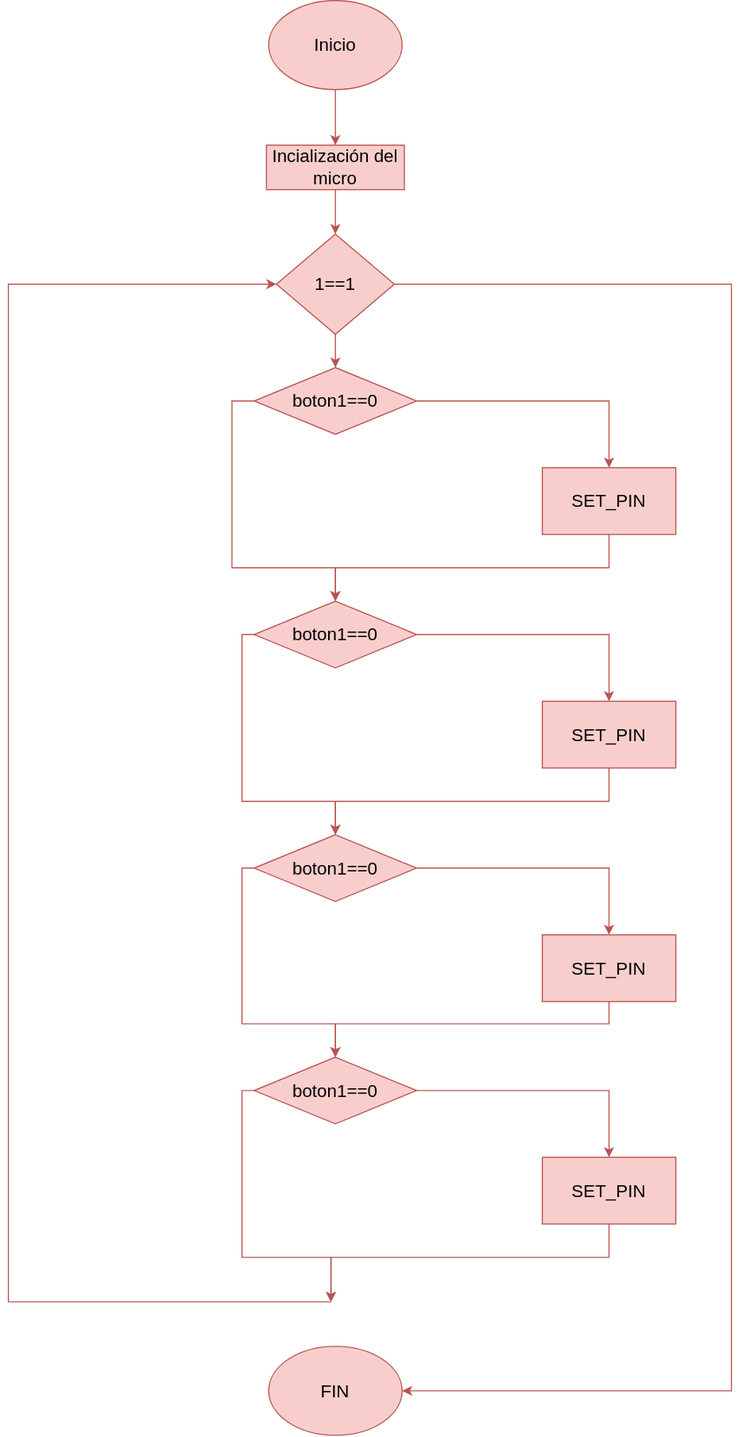
Above: Diagrama_TP1.svg in Kourii/tp1-Kourii (draw.io), before the change. Source tidied: cells renumbered, new cells last; positions are measured from the earlier drawing's top-left corner, leaving out a move shared by most shapes.
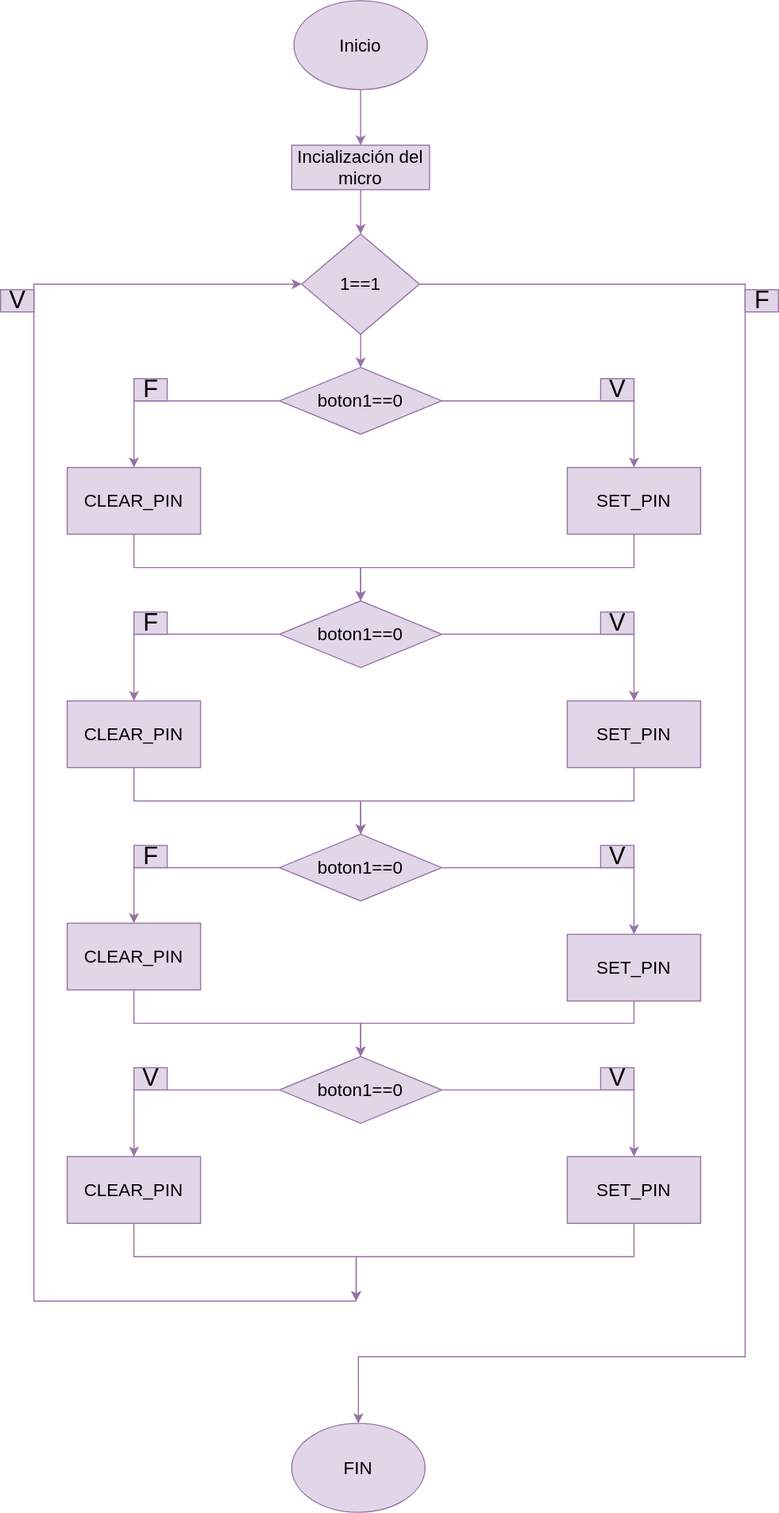
The same file after the commit.

The edit, as a diff of the source:
```diff
@@ -2,90 +2,73 @@
   <root>
     <mxCell id="0" />
     <mxCell id="1" parent="0" />
-    <mxCell id="2" style="edgeStyle=orthogonalEdgeStyle;rounded=0;jettySize=auto;html=1;exitX=0.5;exitY=1;exitDx=0;exitDy=0;entryX=0.5;entryY=0;entryDx=0;entryDy=0;fontSize=16;fillColor=#f8cecc;strokeColor=#b85450;" parent="1" edge="1" source="3" target="5">
+    <mxCell id="2" style="edgeStyle=orthogonalEdgeStyle;rounded=0;jettySize=auto;html=1;exitX=0.5;exitY=1;exitDx=0;exitDy=0;entryX=0.5;entryY=0;entryDx=0;entryDy=0;fontSize=16;fillColor=#e1d5e7;strokeColor=#9673a6;" parent="1" edge="1" source="3" target="5">
       <mxGeometry relative="1" as="geometry" />
     </mxCell>
-    <mxCell id="3" value="Inicio" style="ellipse;whiteSpace=wrap;html=1;fillColor=#f8cecc;fontSize=16;strokeColor=#b85450;" parent="1" vertex="1">
+    <mxCell id="3" value="Inicio" style="ellipse;whiteSpace=wrap;html=1;fillColor=#e1d5e7;fontSize=16;strokeColor=#9673a6;" parent="1" vertex="1">
       <mxGeometry x="234" width="120" height="80" as="geometry" />
     </mxCell>
-    <mxCell id="4" style="edgeStyle=orthogonalEdgeStyle;rounded=0;jettySize=auto;html=1;exitX=0.5;exitY=1;exitDx=0;exitDy=0;entryX=0.5;entryY=0;entryDx=0;entryDy=0;fontSize=16;fillColor=#f8cecc;strokeColor=#b85450;" parent="1" edge="1" source="5" target="8">
+    <mxCell id="4" style="edgeStyle=orthogonalEdgeStyle;rounded=0;jettySize=auto;html=1;exitX=0.5;exitY=1;exitDx=0;exitDy=0;entryX=0.5;entryY=0;entryDx=0;entryDy=0;fontSize=16;fillColor=#e1d5e7;strokeColor=#9673a6;" parent="1" edge="1" source="5" target="8">
       <mxGeometry relative="1" as="geometry" />
     </mxCell>
-    <mxCell id="5" value="Incialización del micro" style="rounded=0;whiteSpace=wrap;html=1;fontSize=16;fillColor=#f8cecc;strokeColor=#b85450;" parent="1" vertex="1">
+    <mxCell id="5" value="Incialización del micro" style="rounded=0;whiteSpace=wrap;html=1;fontSize=16;fillColor=#e1d5e7;strokeColor=#9673a6;" parent="1" vertex="1">
       <mxGeometry x="232" y="130" width="124" height="40" as="geometry" />
     </mxCell>
-    <mxCell id="6" style="edgeStyle=orthogonalEdgeStyle;rounded=0;jettySize=auto;html=1;fontSize=16;fillColor=#f8cecc;strokeColor=#b85450;" parent="1" edge="1" source="8" target="11">
+    <mxCell id="6" style="edgeStyle=orthogonalEdgeStyle;rounded=0;jettySize=auto;html=1;fontSize=16;fillColor=#e1d5e7;strokeColor=#9673a6;" parent="1" edge="1" source="8" target="11">
       <mxGeometry relative="1" as="geometry" />
     </mxCell>
-    <mxCell id="7" style="edgeStyle=orthogonalEdgeStyle;rounded=0;jettySize=auto;html=1;exitX=1;exitY=0.5;exitDx=0;exitDy=0;entryX=1;entryY=0.5;entryDx=0;entryDy=0;fontSize=16;endArrow=classic;endFill=1;fillColor=#f8cecc;strokeColor=#b85450;" parent="1" edge="1" source="8" target="29">
+    <mxCell id="7" style="edgeStyle=orthogonalEdgeStyle;rounded=0;jettySize=auto;html=1;exitX=1;exitY=0.5;exitDx=0;exitDy=0;entryX=0.5;entryY=0;entryDx=0;entryDy=0;fillColor=#e1d5e7;strokeColor=#9673a6;" parent="1" edge="1" source="8" target="29">
       <mxGeometry relative="1" as="geometry">
         <Array as="points">
-          <mxPoint x="650" y="255" />
-          <mxPoint x="650" y="1250" />
+          <mxPoint x="640" y="255" />
+          <mxPoint x="640" y="1220" />
+          <mxPoint x="292" y="1220" />
         </Array>
       </mxGeometry>
     </mxCell>
-    <mxCell id="8" value="1==1" style="rhombus;whiteSpace=wrap;html=1;fontSize=16;fillColor=#f8cecc;strokeColor=#b85450;" parent="1" vertex="1">
+    <mxCell id="8" value="1==1" style="rhombus;whiteSpace=wrap;html=1;fontSize=16;fillColor=#e1d5e7;strokeColor=#9673a6;" parent="1" vertex="1">
       <mxGeometry x="241" y="210" width="106" height="90" as="geometry" />
     </mxCell>
-    <mxCell id="9" style="edgeStyle=orthogonalEdgeStyle;rounded=0;jettySize=auto;html=1;fontSize=16;fillColor=#f8cecc;strokeColor=#b85450;" parent="1" edge="1" source="11" target="13">
+    <mxCell id="9" style="edgeStyle=orthogonalEdgeStyle;rounded=0;jettySize=auto;html=1;fontSize=16;fillColor=#e1d5e7;strokeColor=#9673a6;" parent="1" edge="1" source="11" target="13">
       <mxGeometry relative="1" as="geometry" />
     </mxCell>
-    <mxCell id="10" style="edgeStyle=orthogonalEdgeStyle;rounded=0;jettySize=auto;html=1;exitX=0;exitY=0.5;exitDx=0;exitDy=0;fontSize=16;endArrow=classic;endFill=1;entryX=0.5;entryY=0;entryDx=0;entryDy=0;fillColor=#f8cecc;strokeColor=#b85450;" parent="1" edge="1" source="11" target="16">
-      <mxGeometry relative="1" as="geometry">
-        <Array as="points">
-          <mxPoint x="201" y="360" />
-          <mxPoint x="201" y="510" />
-          <mxPoint x="294" y="510" />
-        </Array>
-      </mxGeometry>
-    </mxCell>
+    <mxCell id="31" style="edgeStyle=orthogonalEdgeStyle;rounded=0;jettySize=auto;html=1;fillColor=#e1d5e7;strokeColor=#9673a6;" parent="1" edge="1" source="11" target="36">
+      <mxGeometry relative="1" as="geometry" />
+    </mxCell>
-    <mxCell id="11" value="boton1==0" style="rhombus;whiteSpace=wrap;html=1;fontSize=16;fillColor=#f8cecc;strokeColor=#b85450;" parent="1" vertex="1">
+    <mxCell id="11" value="boton1==0" style="rhombus;whiteSpace=wrap;html=1;fontSize=16;fillColor=#e1d5e7;strokeColor=#9673a6;" parent="1" vertex="1">
       <mxGeometry x="221" y="330" width="146" height="60" as="geometry" />
     </mxCell>
-    <mxCell id="12" style="edgeStyle=orthogonalEdgeStyle;rounded=0;jettySize=auto;html=1;exitX=0.5;exitY=1;exitDx=0;exitDy=0;entryX=0.5;entryY=0;entryDx=0;entryDy=0;fontSize=16;endArrow=classic;endFill=1;fillColor=#f8cecc;strokeColor=#b85450;" parent="1" edge="1" source="13" target="16">
+    <mxCell id="12" style="edgeStyle=orthogonalEdgeStyle;rounded=0;jettySize=auto;html=1;exitX=0.5;exitY=1;exitDx=0;exitDy=0;entryX=0.5;entryY=0;entryDx=0;entryDy=0;fontSize=16;endArrow=classic;endFill=1;fillColor=#e1d5e7;strokeColor=#9673a6;" parent="1" edge="1" source="13" target="16">
       <mxGeometry relative="1" as="geometry" />
     </mxCell>
-    <mxCell id="13" value="SET_PIN" style="whiteSpace=wrap;html=1;fontSize=16;fillColor=#f8cecc;strokeColor=#b85450;" parent="1" vertex="1">
+    <mxCell id="13" value="SET_PIN" style="whiteSpace=wrap;html=1;fontSize=16;fillColor=#e1d5e7;strokeColor=#9673a6;" parent="1" vertex="1">
       <mxGeometry x="480" y="420" width="120" height="60" as="geometry" />
     </mxCell>
-    <mxCell id="14" style="edgeStyle=orthogonalEdgeStyle;rounded=0;jettySize=auto;html=1;fontSize=16;fillColor=#f8cecc;strokeColor=#b85450;" parent="1" edge="1" source="16" target="18">
+    <mxCell id="14" style="edgeStyle=orthogonalEdgeStyle;rounded=0;jettySize=auto;html=1;fontSize=16;fillColor=#e1d5e7;strokeColor=#9673a6;" parent="1" edge="1" source="16" target="18">
       <mxGeometry relative="1" as="geometry" />
     </mxCell>
-    <mxCell id="15" style="edgeStyle=orthogonalEdgeStyle;rounded=0;jettySize=auto;html=1;exitX=0;exitY=0.5;exitDx=0;exitDy=0;entryX=0.5;entryY=0;entryDx=0;entryDy=0;fontSize=16;endArrow=classic;endFill=1;fillColor=#f8cecc;strokeColor=#b85450;" parent="1" edge="1" source="16" target="21">
-      <mxGeometry relative="1" as="geometry">
-        <Array as="points">
-          <mxPoint x="210" y="570" />
-          <mxPoint x="210" y="720" />
-          <mxPoint x="294" y="720" />
-        </Array>
-      </mxGeometry>
-    </mxCell>
+    <mxCell id="32" style="edgeStyle=orthogonalEdgeStyle;rounded=0;jettySize=auto;html=1;fillColor=#e1d5e7;strokeColor=#9673a6;" parent="1" edge="1" source="16" target="42">
+      <mxGeometry relative="1" as="geometry" />
+    </mxCell>
-    <mxCell id="16" value="boton1==0" style="rhombus;whiteSpace=wrap;html=1;fontSize=16;fillColor=#f8cecc;strokeColor=#b85450;" parent="1" vertex="1">
+    <mxCell id="16" value="boton1==0" style="rhombus;whiteSpace=wrap;html=1;fontSize=16;fillColor=#e1d5e7;strokeColor=#9673a6;" parent="1" vertex="1">
       <mxGeometry x="221" y="540" width="146" height="60" as="geometry" />
     </mxCell>
-    <mxCell id="17" style="edgeStyle=orthogonalEdgeStyle;rounded=0;jettySize=auto;html=1;exitX=0.5;exitY=1;exitDx=0;exitDy=0;fontSize=16;endArrow=classic;endFill=1;fillColor=#f8cecc;strokeColor=#b85450;" parent="1" edge="1" source="18" target="21">
+    <mxCell id="17" style="edgeStyle=orthogonalEdgeStyle;rounded=0;jettySize=auto;html=1;exitX=0.5;exitY=1;exitDx=0;exitDy=0;fontSize=16;endArrow=classic;endFill=1;fillColor=#e1d5e7;strokeColor=#9673a6;" parent="1" edge="1" source="18" target="21">
       <mxGeometry relative="1" as="geometry" />
     </mxCell>
-    <mxCell id="18" value="SET_PIN" style="whiteSpace=wrap;html=1;fontSize=16;fillColor=#f8cecc;strokeColor=#b85450;" parent="1" vertex="1">
+    <mxCell id="18" value="SET_PIN" style="whiteSpace=wrap;html=1;fontSize=16;fillColor=#e1d5e7;strokeColor=#9673a6;" parent="1" vertex="1">
       <mxGeometry x="480" y="630" width="120" height="60" as="geometry" />
     </mxCell>
-    <mxCell id="19" style="edgeStyle=orthogonalEdgeStyle;rounded=0;jettySize=auto;html=1;fontSize=16;fillColor=#f8cecc;strokeColor=#b85450;" parent="1" edge="1" source="21" target="23">
+    <mxCell id="19" style="edgeStyle=orthogonalEdgeStyle;rounded=0;jettySize=auto;html=1;fontSize=16;fillColor=#e1d5e7;strokeColor=#9673a6;" parent="1" edge="1" source="21" target="23">
       <mxGeometry relative="1" as="geometry" />
     </mxCell>
-    <mxCell id="20" style="edgeStyle=orthogonalEdgeStyle;rounded=0;jettySize=auto;html=1;exitX=0;exitY=0.5;exitDx=0;exitDy=0;fontSize=16;endArrow=classic;endFill=1;fillColor=#f8cecc;strokeColor=#b85450;" parent="1" edge="1" source="21" target="26">
-      <mxGeometry relative="1" as="geometry">
-        <Array as="points">
-          <mxPoint x="210" y="780" />
-          <mxPoint x="210" y="920" />
-          <mxPoint x="294" y="920" />
-        </Array>
-      </mxGeometry>
-    </mxCell>
+    <mxCell id="33" style="edgeStyle=orthogonalEdgeStyle;rounded=0;jettySize=auto;html=1;fillColor=#e1d5e7;strokeColor=#9673a6;" parent="1" edge="1" source="21" target="38">
+      <mxGeometry relative="1" as="geometry" />
+    </mxCell>
-    <mxCell id="21" value="boton1==0" style="rhombus;whiteSpace=wrap;html=1;fontSize=16;fillColor=#f8cecc;strokeColor=#b85450;" parent="1" vertex="1">
+    <mxCell id="21" value="boton1==0" style="rhombus;whiteSpace=wrap;html=1;fontSize=16;fillColor=#e1d5e7;strokeColor=#9673a6;" parent="1" vertex="1">
       <mxGeometry x="221" y="750" width="146" height="60" as="geometry" />
     </mxCell>
-    <mxCell id="22" style="edgeStyle=orthogonalEdgeStyle;rounded=0;jettySize=auto;html=1;exitX=0.5;exitY=1;exitDx=0;exitDy=0;entryX=0.5;entryY=0;entryDx=0;entryDy=0;fontSize=16;endArrow=classic;endFill=1;fillColor=#f8cecc;strokeColor=#b85450;" parent="1" edge="1" source="23" target="26">
+    <mxCell id="22" style="edgeStyle=orthogonalEdgeStyle;rounded=0;jettySize=auto;html=1;exitX=0.5;exitY=1;exitDx=0;exitDy=0;entryX=0.5;entryY=0;entryDx=0;entryDy=0;fontSize=16;endArrow=classic;endFill=1;fillColor=#e1d5e7;strokeColor=#9673a6;" parent="1" edge="1" source="23" target="26">
       <mxGeometry relative="1" as="geometry">
         <Array as="points">
           <mxPoint x="540" y="920" />
@@ -93,26 +76,19 @@
         </Array>
       </mxGeometry>
     </mxCell>
-    <mxCell id="23" value="SET_PIN" style="whiteSpace=wrap;html=1;fontSize=16;fillColor=#f8cecc;strokeColor=#b85450;" parent="1" vertex="1">
+    <mxCell id="23" value="SET_PIN" style="whiteSpace=wrap;html=1;fontSize=16;fillColor=#e1d5e7;strokeColor=#9673a6;" parent="1" vertex="1">
       <mxGeometry x="480" y="840" width="120" height="60" as="geometry" />
     </mxCell>
-    <mxCell id="24" style="edgeStyle=orthogonalEdgeStyle;rounded=0;jettySize=auto;html=1;fontSize=16;fillColor=#f8cecc;strokeColor=#b85450;" parent="1" edge="1" source="26" target="28">
+    <mxCell id="24" style="edgeStyle=orthogonalEdgeStyle;rounded=0;jettySize=auto;html=1;fontSize=16;fillColor=#e1d5e7;strokeColor=#9673a6;" parent="1" edge="1" source="26" target="28">
       <mxGeometry relative="1" as="geometry" />
     </mxCell>
-    <mxCell id="25" style="edgeStyle=orthogonalEdgeStyle;rounded=0;jettySize=auto;html=1;exitX=0;exitY=0.5;exitDx=0;exitDy=0;fontSize=16;endArrow=classic;endFill=1;fillColor=#f8cecc;strokeColor=#b85450;" parent="1" edge="1" source="26">
-      <mxGeometry relative="1" as="geometry">
-        <mxPoint x="290" y="1170" as="targetPoint" />
-        <Array as="points">
-          <mxPoint x="210" y="980" />
-          <mxPoint x="210" y="1130" />
-          <mxPoint x="290" y="1130" />
-        </Array>
-      </mxGeometry>
-    </mxCell>
+    <mxCell id="34" style="edgeStyle=orthogonalEdgeStyle;rounded=0;jettySize=auto;html=1;fillColor=#e1d5e7;strokeColor=#9673a6;" parent="1" edge="1" source="26" target="40">
+      <mxGeometry relative="1" as="geometry" />
+    </mxCell>
-    <mxCell id="26" value="boton1==0" style="rhombus;whiteSpace=wrap;html=1;fontSize=16;fillColor=#f8cecc;strokeColor=#b85450;" parent="1" vertex="1">
+    <mxCell id="26" value="boton1==0" style="rhombus;whiteSpace=wrap;html=1;fontSize=16;fillColor=#e1d5e7;strokeColor=#9673a6;" parent="1" vertex="1">
       <mxGeometry x="221" y="950" width="146" height="60" as="geometry" />
     </mxCell>
-    <mxCell id="27" style="edgeStyle=orthogonalEdgeStyle;rounded=0;jettySize=auto;html=1;exitX=0.5;exitY=1;exitDx=0;exitDy=0;fontSize=16;endArrow=classic;endFill=1;fillColor=#f8cecc;strokeColor=#b85450;" parent="1" edge="1" source="28">
+    <mxCell id="27" style="edgeStyle=orthogonalEdgeStyle;rounded=0;jettySize=auto;html=1;exitX=0.5;exitY=1;exitDx=0;exitDy=0;fontSize=16;endArrow=classic;endFill=1;fillColor=#e1d5e7;strokeColor=#9673a6;" parent="1" edge="1" source="28">
       <mxGeometry relative="1" as="geometry">
         <mxPoint x="290" y="1170" as="targetPoint" />
         <Array as="points">
@@ -121,13 +97,13 @@
         </Array>
       </mxGeometry>
     </mxCell>
-    <mxCell id="28" value="SET_PIN" style="whiteSpace=wrap;html=1;fontSize=16;fillColor=#f8cecc;strokeColor=#b85450;" parent="1" vertex="1">
+    <mxCell id="28" value="SET_PIN" style="whiteSpace=wrap;html=1;fontSize=16;fillColor=#e1d5e7;strokeColor=#9673a6;" parent="1" vertex="1">
       <mxGeometry x="480" y="1040" width="120" height="60" as="geometry" />
     </mxCell>
-    <mxCell id="29" value="FIN" style="ellipse;whiteSpace=wrap;html=1;fontSize=16;fillColor=#f8cecc;strokeColor=#b85450;" parent="1" vertex="1">
-      <mxGeometry x="234" y="1210" width="120" height="80" as="geometry" />
+    <mxCell id="29" value="FIN" style="ellipse;whiteSpace=wrap;html=1;fontSize=16;fillColor=#e1d5e7;strokeColor=#9673a6;" parent="1" vertex="1">
+      <mxGeometry x="232" y="1280" width="120" height="80" as="geometry" />
     </mxCell>
-    <mxCell id="30" style="endArrow=classic;html=1;rounded=0;fontSize=16;entryX=0;entryY=0.5;entryDx=0;entryDy=0;fillColor=#f8cecc;strokeColor=#b85450;" parent="1" edge="1" target="8">
+    <mxCell id="30" style="endArrow=classic;html=1;rounded=0;fontSize=16;entryX=0;entryY=0.5;entryDx=0;entryDy=0;fillColor=#e1d5e7;strokeColor=#9673a6;" parent="1" edge="1" target="8">
       <mxGeometry relative="1" as="geometry">
         <mxPoint x="290" y="1170" as="sourcePoint" />
         <Array as="points">
@@ -136,5 +112,70 @@
         </Array>
       </mxGeometry>
     </mxCell>
+    <mxCell id="35" style="edgeStyle=orthogonalEdgeStyle;rounded=0;jettySize=auto;html=1;exitX=0.5;exitY=1;exitDx=0;exitDy=0;entryX=0.5;entryY=0;entryDx=0;entryDy=0;fillColor=#e1d5e7;strokeColor=#9673a6;" parent="1" edge="1" source="36" target="16">
+      <mxGeometry relative="1" as="geometry" />
+    </mxCell>
+    <mxCell id="36" value="CLEAR_PIN" style="whiteSpace=wrap;html=1;fontSize=16;fillColor=#e1d5e7;strokeColor=#9673a6;" parent="1" vertex="1">
+      <mxGeometry x="30" y="420" width="120" height="60" as="geometry" />
+    </mxCell>
+    <mxCell id="37" style="edgeStyle=orthogonalEdgeStyle;rounded=0;jettySize=auto;html=1;exitX=0.5;exitY=1;exitDx=0;exitDy=0;entryX=0.5;entryY=0;entryDx=0;entryDy=0;fillColor=#e1d5e7;strokeColor=#9673a6;" parent="1" edge="1" source="38" target="26">
+      <mxGeometry relative="1" as="geometry" />
+    </mxCell>
+    <mxCell id="38" value="CLEAR_PIN" style="whiteSpace=wrap;html=1;fontSize=16;fillColor=#e1d5e7;strokeColor=#9673a6;" parent="1" vertex="1">
+      <mxGeometry x="30" y="830" width="120" height="60" as="geometry" />
+    </mxCell>
+    <mxCell id="39" style="edgeStyle=orthogonalEdgeStyle;rounded=0;jettySize=auto;html=1;exitX=0.5;exitY=1;exitDx=0;exitDy=0;fillColor=#e1d5e7;strokeColor=#9673a6;" parent="1" edge="1" source="40">
+      <mxGeometry relative="1" as="geometry">
+        <mxPoint x="290" y="1170" as="targetPoint" />
+        <Array as="points">
+          <mxPoint x="90" y="1130" />
+          <mxPoint x="290" y="1130" />
+        </Array>
+      </mxGeometry>
+    </mxCell>
+    <mxCell id="40" value="CLEAR_PIN" style="whiteSpace=wrap;html=1;fontSize=16;fillColor=#e1d5e7;strokeColor=#9673a6;" parent="1" vertex="1">
+      <mxGeometry x="30" y="1040" width="120" height="60" as="geometry" />
+    </mxCell>
+    <mxCell id="41" style="edgeStyle=orthogonalEdgeStyle;rounded=0;jettySize=auto;html=1;entryX=0.5;entryY=0;entryDx=0;entryDy=0;fillColor=#e1d5e7;strokeColor=#9673a6;" parent="1" edge="1" source="42" target="21">
+      <mxGeometry relative="1" as="geometry">
+        <Array as="points">
+          <mxPoint x="90" y="720" />
+          <mxPoint x="294" y="720" />
+        </Array>
+      </mxGeometry>
+    </mxCell>
+    <mxCell id="42" value="CLEAR_PIN" style="whiteSpace=wrap;html=1;fontSize=16;fillColor=#e1d5e7;strokeColor=#9673a6;" parent="1" vertex="1">
+      <mxGeometry x="30" y="630" width="120" height="60" as="geometry" />
+    </mxCell>
+    <mxCell id="43" value="&lt;font style=&quot;font-size: 22px;&quot;&gt;F&lt;/font&gt;" style="text;html=1;align=center;verticalAlign=middle;strokeColor=#9673a6;fillColor=#e1d5e7;" parent="1" vertex="1">
+      <mxGeometry x="640" y="260" width="30" height="20" as="geometry" />
+    </mxCell>
+    <mxCell id="44" value="&lt;font style=&quot;font-size: 22px;&quot;&gt;V&lt;/font&gt;" style="text;html=1;align=center;verticalAlign=middle;strokeColor=#9673a6;fillColor=#e1d5e7;" parent="1" vertex="1">
+      <mxGeometry x="-30" y="260" width="30" height="20" as="geometry" />
+    </mxCell>
+    <mxCell id="45" value="&lt;font style=&quot;font-size: 22px;&quot;&gt;V&lt;/font&gt;" style="text;html=1;align=center;verticalAlign=middle;strokeColor=#9673a6;fillColor=#e1d5e7;" parent="1" vertex="1">
+      <mxGeometry x="510" y="340" width="30" height="20" as="geometry" />
+    </mxCell>
+    <mxCell id="46" value="&lt;font style=&quot;font-size: 22px;&quot;&gt;F&lt;/font&gt;" style="text;html=1;align=center;verticalAlign=middle;strokeColor=#9673a6;fillColor=#e1d5e7;" parent="1" vertex="1">
+      <mxGeometry x="90" y="340" width="30" height="20" as="geometry" />
+    </mxCell>
+    <mxCell id="47" value="&lt;font style=&quot;font-size: 22px;&quot;&gt;V&lt;/font&gt;" style="text;html=1;align=center;verticalAlign=middle;strokeColor=#9673a6;fillColor=#e1d5e7;" parent="1" vertex="1">
+      <mxGeometry x="510" y="550" width="30" height="20" as="geometry" />
+    </mxCell>
+    <mxCell id="48" value="&lt;span style=&quot;font-size: 22px;&quot;&gt;F&lt;br&gt;&lt;/span&gt;" style="text;html=1;align=center;verticalAlign=middle;strokeColor=#9673a6;fillColor=#e1d5e7;" parent="1" vertex="1">
+      <mxGeometry x="90" y="550" width="30" height="20" as="geometry" />
+    </mxCell>
+    <mxCell id="49" value="&lt;font style=&quot;font-size: 22px;&quot;&gt;F&lt;br&gt;&lt;/font&gt;" style="text;html=1;align=center;verticalAlign=middle;strokeColor=#9673a6;fillColor=#e1d5e7;" parent="1" vertex="1">
+      <mxGeometry x="90" y="760" width="30" height="20" as="geometry" />
+    </mxCell>
+    <mxCell id="50" value="&lt;font style=&quot;font-size: 22px;&quot;&gt;V&lt;/font&gt;" style="text;html=1;align=center;verticalAlign=middle;strokeColor=#9673a6;fillColor=#e1d5e7;" parent="1" vertex="1">
+      <mxGeometry x="510" y="960" width="30" height="20" as="geometry" />
+    </mxCell>
+    <mxCell id="51" value="&lt;font style=&quot;font-size: 22px;&quot;&gt;V&lt;/font&gt;" style="text;html=1;align=center;verticalAlign=middle;strokeColor=#9673a6;fillColor=#e1d5e7;" parent="1" vertex="1">
+      <mxGeometry x="510" y="760" width="30" height="20" as="geometry" />
+    </mxCell>
+    <mxCell id="52" value="&lt;font style=&quot;font-size: 22px;&quot;&gt;V&lt;/font&gt;" style="text;html=1;align=center;verticalAlign=middle;strokeColor=#9673a6;fillColor=#e1d5e7;" parent="1" vertex="1">
+      <mxGeometry x="90" y="960" width="30" height="20" as="geometry" />
+    </mxCell>
   </root>
 </mxGraphModel>
```
